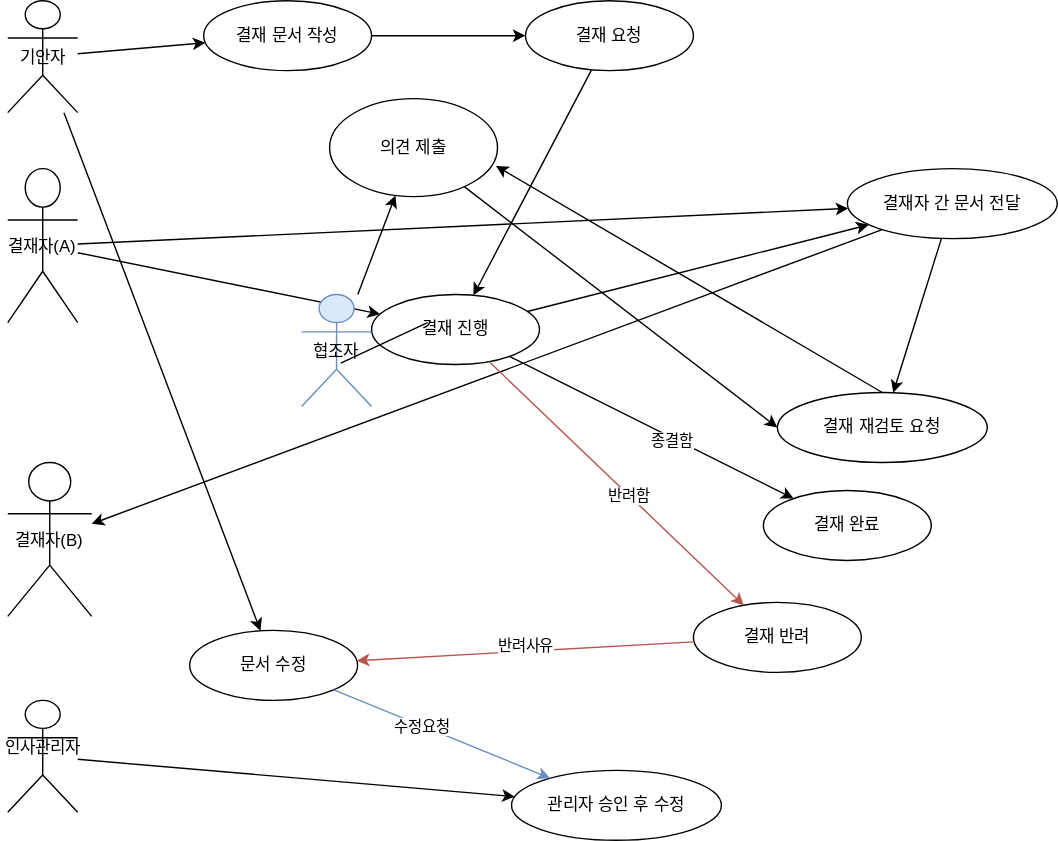
Above: document/다이어그램 결재함관리2.drawio.svg in sunday1284/jsp_spring02 (draw.io), before the change. Source tidied: cells renumbered, new cells last; positions are measured from the earlier drawing's top-left corner, leaving out a move shared by most shapes. Source of this version:
```xml
<mxGraphModel>
  <root>
    <mxCell id="0" />
    <mxCell id="1" parent="0" />
    <mxCell id="2" value="기안자" style="shape=umlActor;" parent="1" vertex="1">
      <mxGeometry width="50" height="80" as="geometry" />
    </mxCell>
    <mxCell id="3" value="결재자(A)" style="shape=umlActor;" parent="1" vertex="1">
      <mxGeometry y="120" width="50" height="110" as="geometry" />
    </mxCell>
    <mxCell id="4" value="결재자(B)" style="shape=umlActor;" parent="1" vertex="1">
      <mxGeometry y="330" width="60" height="110" as="geometry" />
    </mxCell>
    <mxCell id="5" value="인사관리자&#10;" style="shape=umlActor;" parent="1" vertex="1">
      <mxGeometry y="500" width="50" height="80" as="geometry" />
    </mxCell>
    <mxCell id="6" value="결재 문서 작성" style="ellipse;whiteSpace=wrap;html=1;" parent="1" vertex="1">
      <mxGeometry x="140" width="120" height="50" as="geometry" />
    </mxCell>
    <mxCell id="7" parent="1" edge="1" source="2" target="6">
      <mxGeometry relative="1" as="geometry" />
    </mxCell>
    <mxCell id="8" value="결재 요청" style="ellipse;whiteSpace=wrap;html=1;" parent="1" vertex="1">
      <mxGeometry x="370" width="120" height="50" as="geometry" />
    </mxCell>
    <mxCell id="9" parent="1" edge="1" source="6" target="8">
      <mxGeometry relative="1" as="geometry" />
    </mxCell>
    <mxCell id="10" value="결재 진행" style="ellipse;whiteSpace=wrap;html=1;" parent="1" vertex="1">
      <mxGeometry x="260" y="210" width="120" height="50" as="geometry" />
    </mxCell>
    <mxCell id="11" parent="1" edge="1" source="8" target="10">
      <mxGeometry relative="1" as="geometry" />
    </mxCell>
    <mxCell id="12" parent="1" edge="1" source="3" target="10">
      <mxGeometry relative="1" as="geometry" />
    </mxCell>
    <mxCell id="13" value="결재자 간 문서 전달" style="ellipse;whiteSpace=wrap;html=1;" parent="1" vertex="1">
      <mxGeometry x="600" y="120" width="150" height="50" as="geometry" />
    </mxCell>
    <mxCell id="14" parent="1" edge="1" source="10" target="13">
      <mxGeometry relative="1" as="geometry" />
    </mxCell>
    <mxCell id="15" parent="1" edge="1" source="3" target="13">
      <mxGeometry relative="1" as="geometry" />
    </mxCell>
    <mxCell id="16" parent="1" edge="1" source="13" target="4">
      <mxGeometry relative="1" as="geometry" />
    </mxCell>
    <mxCell id="17" value="결재 재검토 요청" style="ellipse;whiteSpace=wrap;html=1;" parent="1" vertex="1">
      <mxGeometry x="550" y="280" width="150" height="50" as="geometry" />
    </mxCell>
    <mxCell id="18" parent="1" edge="1" source="13" target="17">
      <mxGeometry relative="1" as="geometry" />
    </mxCell>
    <mxCell id="19" value="결재 완료" style="ellipse;whiteSpace=wrap;html=1;" parent="1" vertex="1">
      <mxGeometry x="540" y="350" width="120" height="50" as="geometry" />
    </mxCell>
    <mxCell id="20" parent="1" edge="1" source="10" target="19">
      <mxGeometry relative="1" as="geometry" />
    </mxCell>
    <mxCell id="21" value="종결함" style="edgeLabel;html=1;align=center;verticalAlign=middle;" parent="20" vertex="1">
      <mxGeometry x="0.16" y="-2" relative="1" as="geometry" />
    </mxCell>
    <mxCell id="22" value="결재 반려" style="ellipse;whiteSpace=wrap;html=1;" parent="1" vertex="1">
      <mxGeometry x="490" y="430" width="120" height="50" as="geometry" />
    </mxCell>
    <mxCell id="23" style="fillColor=#f8cecc;strokeColor=#b85450;" parent="1" edge="1" source="10" target="22">
      <mxGeometry relative="1" as="geometry" />
    </mxCell>
    <mxCell id="24" value="반려함" style="edgeLabel;html=1;align=center;verticalAlign=middle;" parent="23" vertex="1">
      <mxGeometry x="0.1" relative="1" as="geometry" />
    </mxCell>
    <mxCell id="25" value="문서 수정" style="ellipse;whiteSpace=wrap;html=1;" parent="1" vertex="1">
      <mxGeometry x="130" y="450" width="120" height="50" as="geometry" />
    </mxCell>
    <mxCell id="26" parent="1" edge="1" source="2" target="25">
      <mxGeometry relative="1" as="geometry" />
    </mxCell>
    <mxCell id="27" style="fillColor=#f8cecc;strokeColor=#b85450;" parent="1" edge="1" source="22" target="25">
      <mxGeometry relative="1" as="geometry" />
    </mxCell>
    <mxCell id="28" value="반려사유" style="edgeLabel;html=1;align=center;verticalAlign=middle;" parent="27" vertex="1">
      <mxGeometry x="0.03" y="5" relative="1" as="geometry">
        <mxPoint x="3" y="-10" as="offset" />
      </mxGeometry>
    </mxCell>
    <mxCell id="29" value="관리자 승인 후 수정" style="ellipse;whiteSpace=wrap;html=1;" parent="1" vertex="1">
      <mxGeometry x="360" y="550" width="150" height="50" as="geometry" />
    </mxCell>
    <mxCell id="30" style="fillColor=#dae8fc;strokeColor=#6c8ebf;" parent="1" edge="1" source="25" target="29">
      <mxGeometry relative="1" as="geometry" />
    </mxCell>
    <mxCell id="31" value="수정요청" style="edgeLabel;html=1;align=center;verticalAlign=middle;" parent="30" vertex="1">
      <mxGeometry x="-0.19" relative="1" as="geometry" />
    </mxCell>
    <mxCell id="32" parent="1" edge="1" source="5" target="29">
      <mxGeometry relative="1" as="geometry" />
    </mxCell>
    <mxCell id="33" value="협조자" style="shape=umlActor;fillColor=#dae8fc;strokeColor=#6c8ebf;" parent="1" vertex="1">
      <mxGeometry x="210" y="210" width="50" height="80" as="geometry" />
    </mxCell>
    <mxCell id="34" value="의견 제출" style="ellipse;whiteSpace=wrap;html=1;" parent="1" vertex="1">
      <mxGeometry x="230" y="70" width="120" height="70" as="geometry" />
    </mxCell>
    <mxCell id="35" style="endArrow=classic;html=1;rounded=0;exitX=0.5;exitY=0;exitDx=0;exitDy=0;entryX=0.99;entryY=0.686;entryDx=0;entryDy=0;entryPerimeter=0;" parent="1" edge="1" source="17" target="34">
      <mxGeometry relative="1" as="geometry" />
    </mxCell>
    <mxCell id="36" style="endArrow=classic;html=1;rounded=0;" parent="1" edge="1" source="33" target="34">
      <mxGeometry relative="1" as="geometry" />
    </mxCell>
    <mxCell id="37" style="endArrow=classic;html=1;rounded=0;entryX=0;entryY=0.5;entryDx=0;entryDy=0;" parent="1" edge="1" source="34" target="17">
      <mxGeometry relative="1" as="geometry" />
    </mxCell>
    <mxCell id="38" style="endArrow=none;html=1;rounded=0;exitX=0.56;exitY=0.613;exitDx=0;exitDy=0;exitPerimeter=0;" parent="1" edge="1" source="33">
      <mxGeometry relative="1" as="geometry">
        <mxPoint x="300" y="230" as="targetPoint" />
      </mxGeometry>
    </mxCell>
  </root>
</mxGraphModel>
```
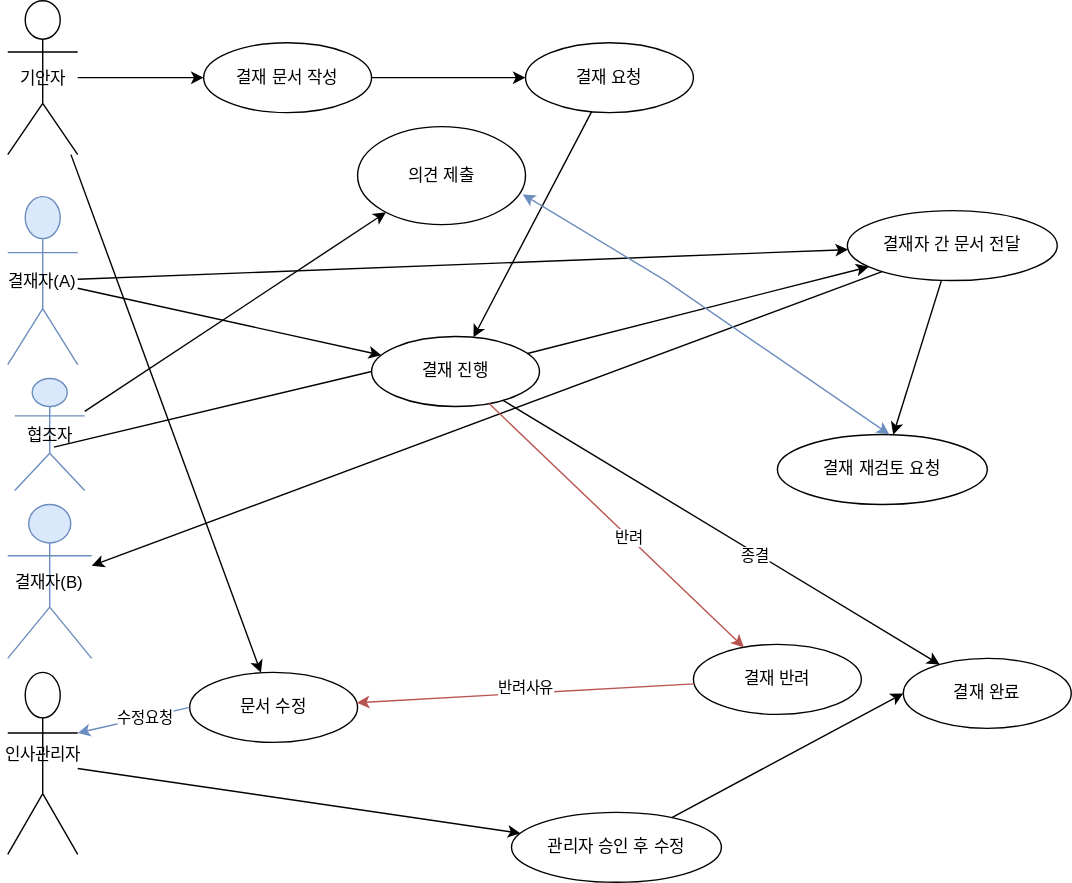
After the change.

Commit message:
다이어그램 결재함관리2.drawio.svg 업데이트

Change to the diagram source:
```diff
@@ -3,16 +3,16 @@
     <mxCell id="0" />
     <mxCell id="1" parent="0" />
     <mxCell id="2" value="기안자" style="shape=umlActor;" parent="1" vertex="1">
-      <mxGeometry width="50" height="80" as="geometry" />
+      <mxGeometry y="-30" width="50" height="110" as="geometry" />
     </mxCell>
-    <mxCell id="3" value="결재자(A)" style="shape=umlActor;" parent="1" vertex="1">
-      <mxGeometry y="120" width="50" height="110" as="geometry" />
+    <mxCell id="3" value="결재자(A)" style="shape=umlActor;fillColor=#dae8fc;strokeColor=#6c8ebf;" parent="1" vertex="1">
+      <mxGeometry y="110" width="50" height="120" as="geometry" />
     </mxCell>
-    <mxCell id="4" value="결재자(B)" style="shape=umlActor;" parent="1" vertex="1">
+    <mxCell id="4" value="결재자(B)" style="shape=umlActor;fillColor=#dae8fc;strokeColor=#6c8ebf;" parent="1" vertex="1">
       <mxGeometry y="330" width="60" height="110" as="geometry" />
     </mxCell>
     <mxCell id="5" value="인사관리자&#10;" style="shape=umlActor;" parent="1" vertex="1">
-      <mxGeometry y="500" width="50" height="80" as="geometry" />
+      <mxGeometry y="450" width="50" height="130" as="geometry" />
     </mxCell>
     <mxCell id="6" value="결재 문서 작성" style="ellipse;whiteSpace=wrap;html=1;" parent="1" vertex="1">
       <mxGeometry x="140" width="120" height="50" as="geometry" />
@@ -54,12 +54,12 @@
       <mxGeometry relative="1" as="geometry" />
     </mxCell>
     <mxCell id="19" value="결재 완료" style="ellipse;whiteSpace=wrap;html=1;" parent="1" vertex="1">
-      <mxGeometry x="540" y="350" width="120" height="50" as="geometry" />
+      <mxGeometry x="640" y="440" width="120" height="50" as="geometry" />
     </mxCell>
     <mxCell id="20" parent="1" edge="1" source="10" target="19">
       <mxGeometry relative="1" as="geometry" />
     </mxCell>
-    <mxCell id="21" value="종결함" style="edgeLabel;html=1;align=center;verticalAlign=middle;" parent="20" vertex="1">
+    <mxCell id="21" value="종결" style="edgeLabel;html=1;align=center;verticalAlign=middle;" parent="20" vertex="1">
       <mxGeometry x="0.16" y="-2" relative="1" as="geometry" />
     </mxCell>
     <mxCell id="22" value="결재 반려" style="ellipse;whiteSpace=wrap;html=1;" parent="1" vertex="1">
@@ -68,7 +68,7 @@
     <mxCell id="23" style="fillColor=#f8cecc;strokeColor=#b85450;" parent="1" edge="1" source="10" target="22">
       <mxGeometry relative="1" as="geometry" />
     </mxCell>
-    <mxCell id="24" value="반려함" style="edgeLabel;html=1;align=center;verticalAlign=middle;" parent="23" vertex="1">
+    <mxCell id="24" value="반려" style="edgeLabel;html=1;align=center;verticalAlign=middle;" parent="23" vertex="1">
       <mxGeometry x="0.1" relative="1" as="geometry" />
     </mxCell>
     <mxCell id="25" value="문서 수정" style="ellipse;whiteSpace=wrap;html=1;" parent="1" vertex="1">
@@ -88,7 +88,7 @@
     <mxCell id="29" value="관리자 승인 후 수정" style="ellipse;whiteSpace=wrap;html=1;" parent="1" vertex="1">
       <mxGeometry x="360" y="550" width="150" height="50" as="geometry" />
     </mxCell>
-    <mxCell id="30" style="fillColor=#dae8fc;strokeColor=#6c8ebf;" parent="1" edge="1" source="25" target="29">
+    <mxCell id="30" style="fillColor=#dae8fc;strokeColor=#6c8ebf;exitX=0;exitY=0.5;exitDx=0;exitDy=0;entryX=1;entryY=0.3333333333333333;entryDx=0;entryDy=0;entryPerimeter=0;" parent="1" edge="1" source="25" target="5">
       <mxGeometry relative="1" as="geometry" />
     </mxCell>
     <mxCell id="31" value="수정요청" style="edgeLabel;html=1;align=center;verticalAlign=middle;" parent="30" vertex="1">
@@ -98,24 +98,27 @@
       <mxGeometry relative="1" as="geometry" />
     </mxCell>
     <mxCell id="33" value="협조자" style="shape=umlActor;fillColor=#dae8fc;strokeColor=#6c8ebf;" parent="1" vertex="1">
-      <mxGeometry x="210" y="210" width="50" height="80" as="geometry" />
+      <mxGeometry x="5" y="240" width="50" height="80" as="geometry" />
     </mxCell>
     <mxCell id="34" value="의견 제출" style="ellipse;whiteSpace=wrap;html=1;" parent="1" vertex="1">
-      <mxGeometry x="230" y="70" width="120" height="70" as="geometry" />
+      <mxGeometry x="250" y="60" width="120" height="70" as="geometry" />
     </mxCell>
-    <mxCell id="35" style="endArrow=classic;html=1;rounded=0;exitX=0.5;exitY=0;exitDx=0;exitDy=0;entryX=0.99;entryY=0.686;entryDx=0;entryDy=0;entryPerimeter=0;" parent="1" edge="1" source="17" target="34">
-      <mxGeometry relative="1" as="geometry" />
-    </mxCell>
     <mxCell id="36" style="endArrow=classic;html=1;rounded=0;" parent="1" edge="1" source="33" target="34">
       <mxGeometry relative="1" as="geometry" />
     </mxCell>
-    <mxCell id="37" style="endArrow=classic;html=1;rounded=0;entryX=0;entryY=0.5;entryDx=0;entryDy=0;" parent="1" edge="1" source="34" target="17">
-      <mxGeometry relative="1" as="geometry" />
-    </mxCell>
-    <mxCell id="38" style="endArrow=none;html=1;rounded=0;exitX=0.56;exitY=0.613;exitDx=0;exitDy=0;exitPerimeter=0;" parent="1" edge="1" source="33">
-      <mxGeometry relative="1" as="geometry">
-        <mxPoint x="300" y="230" as="targetPoint" />
-      </mxGeometry>
+    <mxCell id="38" style="endArrow=none;html=1;rounded=0;exitX=0.56;exitY=0.613;exitDx=0;exitDy=0;exitPerimeter=0;entryX=0;entryY=0.5;entryDx=0;entryDy=0;" parent="1" edge="1" source="33" target="10">
+      <mxGeometry relative="1" as="geometry" />
     </mxCell>
+    <mxCell id="39" style="endArrow=classic;startArrow=classic;html=1;rounded=0;exitX=0.983;exitY=0.691;exitDx=0;exitDy=0;exitPerimeter=0;fillColor=#dae8fc;strokeColor=#6c8ebf;" parent="1" edge="1" source="34">
+      <mxGeometry relative="1" as="geometry">
+        <mxPoint x="630" y="280" as="targetPoint" />
+        <Array as="points">
+          <mxPoint x="470" y="170" />
+        </Array>
+      </mxGeometry>
+    </mxCell>
+    <mxCell id="40" style="endArrow=classic;html=1;rounded=0;entryX=0;entryY=0.5;entryDx=0;entryDy=0;" parent="1" edge="1" source="29" target="19">
+      <mxGeometry relative="1" as="geometry" />
+    </mxCell>
   </root>
 </mxGraphModel>
```
